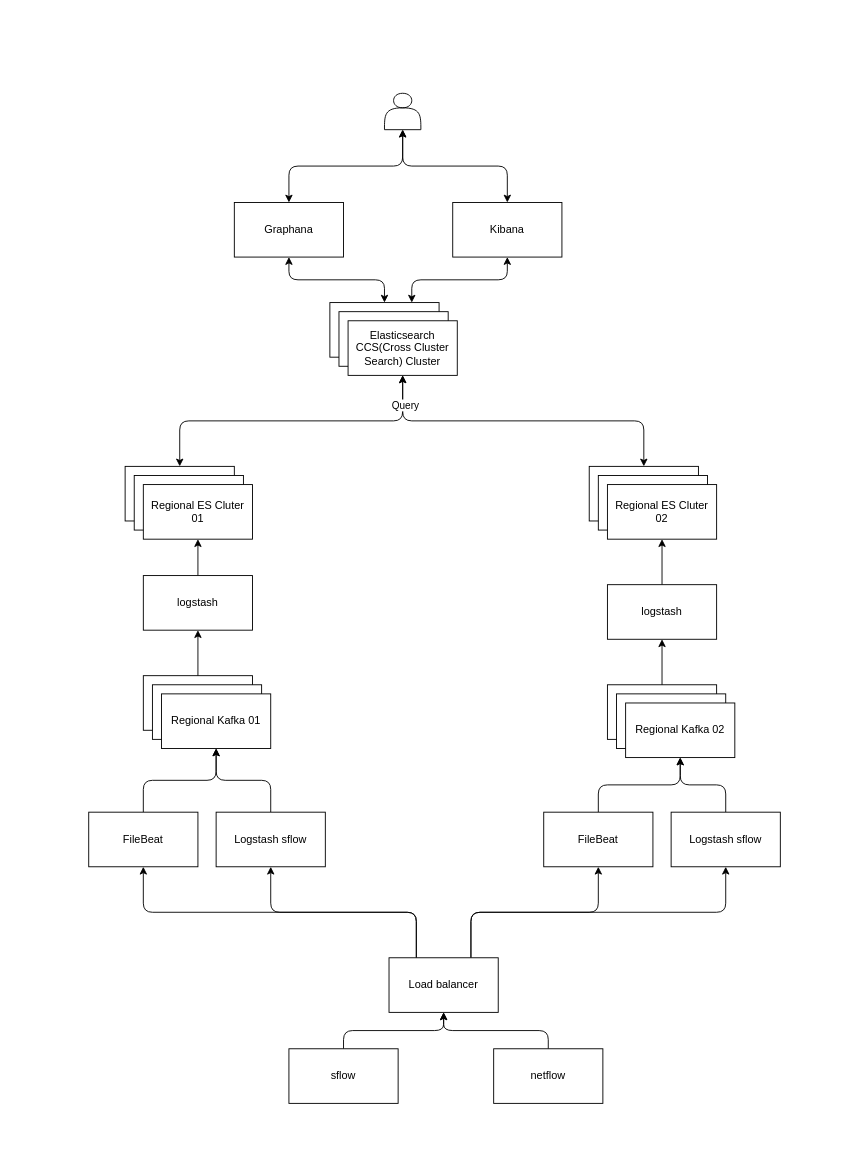
The draw.io diagram docs/design/high_level.drawio in rogerxwu/onfp, before the edit. Source tidied: cells renumbered, new cells numbered last; positions are measured from the earlier drawing's top-left corner, leaving out a move shared by most shapes. Both pictures are drawn from the tidied source at 91%, with x=0, y=0 at pixel (88, 93).
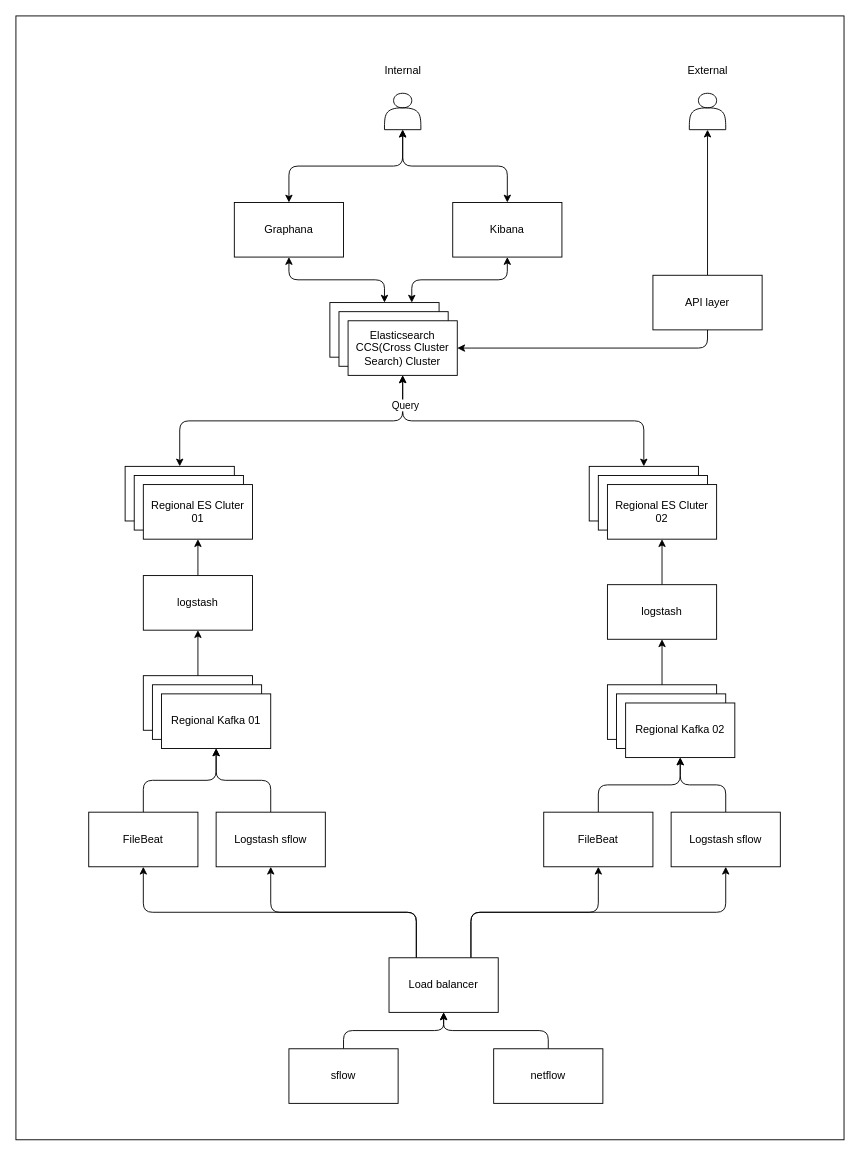
Above is the later version.

The change refers to these unchanged cells:
```xml
<mxCell id="8" value="Elasticsearch CCS(Cross Cluster Search) Cluster" style="whiteSpace=wrap;html=1;" parent="5" vertex="1">
  <mxGeometry x="20" y="20" width="120" height="60" as="geometry" />
</mxCell>
```

What changed in the source:
```diff
@@
+    <mxCell id="55" style="whiteSpace=wrap;html=1;" parent="1" vertex="1">
+      <mxGeometry x="-80" y="-85" width="910" height="1235" as="geometry" />
+    </mxCell>
@@
+    <mxCell id="56" style="edgeStyle=none;html=1;exitX=0.5;exitY=0;exitDx=0;exitDy=0;entryX=0.5;entryY=1;entryDx=0;entryDy=0;" parent="1" edge="1" source="58" target="59">
+      <mxGeometry relative="1" as="geometry" />
+    </mxCell>
+    <mxCell id="57" style="edgeStyle=orthogonalEdgeStyle;html=1;exitX=0.5;exitY=1;exitDx=0;exitDy=0;entryX=1;entryY=0.5;entryDx=0;entryDy=0;" parent="1" edge="1" source="58" target="8">
+      <mxGeometry relative="1" as="geometry" />
+    </mxCell>
+    <mxCell id="58" value="API layer" style="whiteSpace=wrap;html=1;" parent="1" vertex="1">
+      <mxGeometry x="620" y="200" width="120" height="60" as="geometry" />
+    </mxCell>
+    <mxCell id="59" style="shape=actor;whiteSpace=wrap;html=1;" parent="1" vertex="1">
+      <mxGeometry x="660" width="40" height="40" as="geometry" />
+    </mxCell>
+    <mxCell id="60" value="Internal" style="text;html=1;align=center;verticalAlign=middle;strokeColor=none;fillColor=none;" parent="1" vertex="1">
+      <mxGeometry x="315" y="-40" width="60" height="30" as="geometry" />
+    </mxCell>
+    <mxCell id="61" value="External" style="text;html=1;align=center;verticalAlign=middle;strokeColor=none;fillColor=none;" parent="1" vertex="1">
+      <mxGeometry x="645" y="-40" width="70" height="30" as="geometry" />
+    </mxCell>
```
